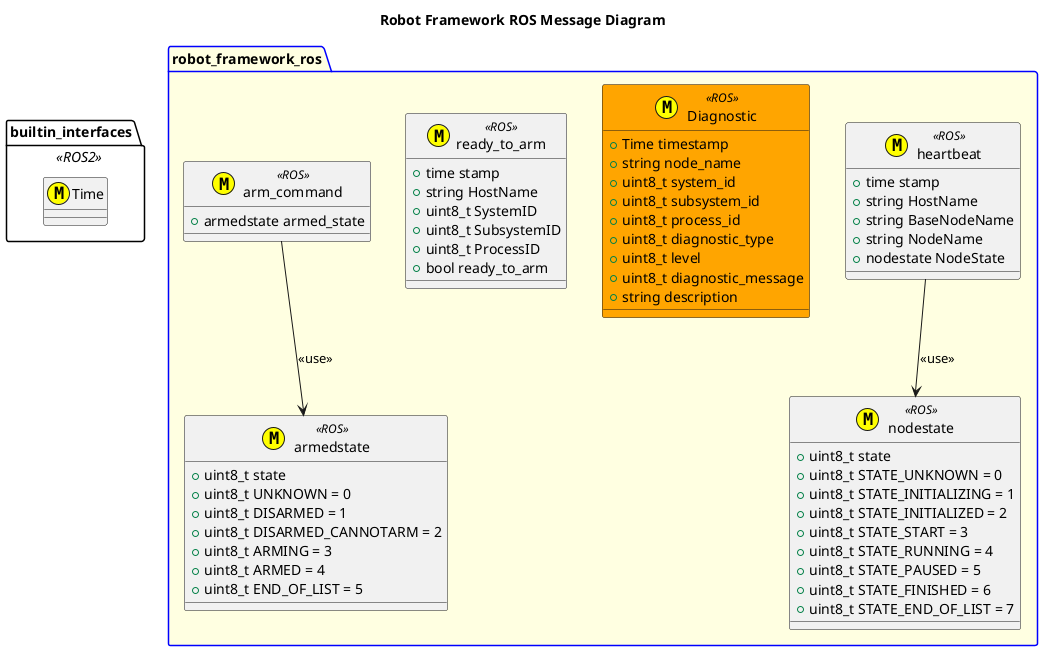
Above: msg/puml/RobotFrameworkROS2MessageDiagram.png in fastrobotics/robot_framework_ros2 (PlantUML), before the change.
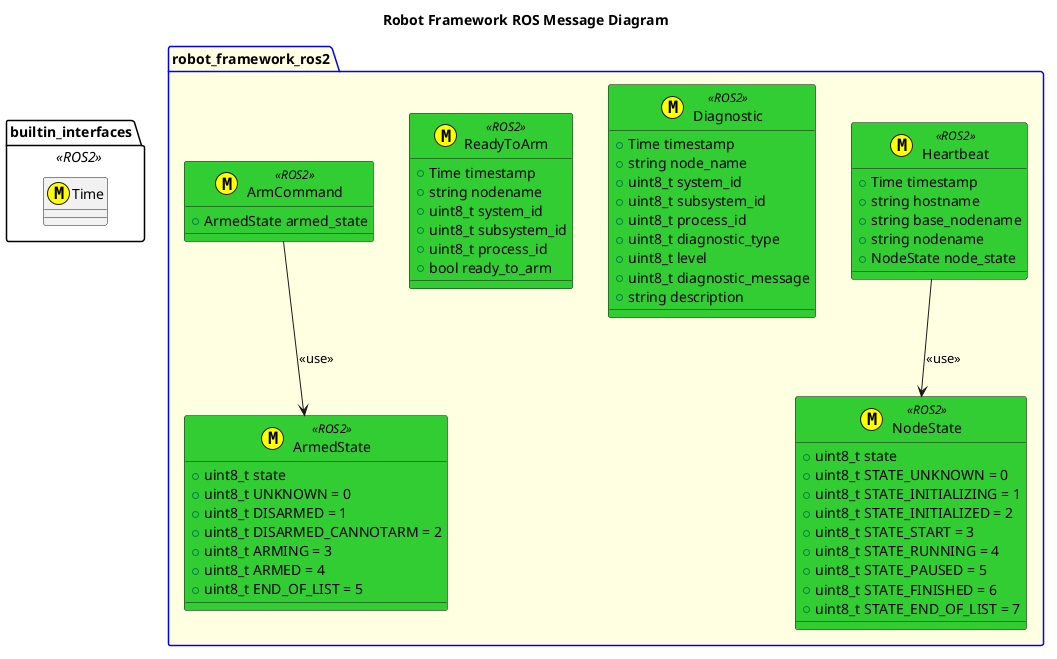
The same diagram one commit later.

The edit, as a diff of the source:
```diff
@@ -3,8 +3,8 @@
 package builtin_interfaces  <<ROS2>> {
     class Time <<(M,#FFFF00)>>
 }
-package robot_framework_ros #LightYellow;line:blue {
-    class nodestate <<(M,#FFFF00)>> <<ROS>> {
+package robot_framework_ros2 #LightYellow;line:blue {
+    class NodeState <<(M,#FFFF00)>> <<ROS2>> #LimeGreen {
         +uint8_t state
         +uint8_t STATE_UNKNOWN = 0
         +uint8_t STATE_INITIALIZING = 1
@@ -15,7 +15,7 @@
         +uint8_t STATE_FINISHED = 6
         +uint8_t STATE_END_OF_LIST = 7
     }
-    class armedstate <<(M,#FFFF00)>> <<ROS>>  {
+    class ArmedState <<(M,#FFFF00)>> <<ROS2>> #LimeGreen  {
         +uint8_t state
         +uint8_t UNKNOWN = 0
         +uint8_t DISARMED = 1
@@ -24,15 +24,15 @@
         +uint8_t ARMED = 4
         +uint8_t END_OF_LIST = 5
     }
-    class heartbeat <<(M,#FFFF00)>> <<ROS>>  {
-        +time stamp
-        +string HostName
-        +string BaseNodeName
-        +string NodeName
-        +nodestate NodeState
+    class Heartbeat <<(M,#FFFF00)>> <<ROS2>> #LimeGreen {
+        +Time timestamp
+        +string hostname
+        +string base_nodename
+        +string nodename
+        +NodeState node_state
     }
-    heartbeat --> nodestate: <<use>>
-    class Diagnostic <<(M,#FFFF00)>> <<ROS>> #Orange {
+    Heartbeat --> NodeState: <<use>>
+    class Diagnostic <<(M,#FFFF00)>> <<ROS2>> #LimeGreen {
         +Time timestamp
         +string node_name
         +uint8_t system_id
@@ -44,19 +44,19 @@
         +string description
 
     }
-    class ready_to_arm <<(M,#FFFF00)>> <<ROS>>  {
-        +time stamp
-        +string HostName
-        +uint8_t SystemID
-        +uint8_t SubsystemID
-        +uint8_t ProcessID
+    class ReadyToArm <<(M,#FFFF00)>> <<ROS2>> #LimeGreen {
+        +Time timestamp
+        +string nodename
+        +uint8_t system_id
+        +uint8_t subsystem_id
+        +uint8_t process_id
         +bool ready_to_arm
     }
 
-    class arm_command <<(M,#FFFF00)>> <<ROS>>  {
-        +armedstate armed_state
+    class ArmCommand <<(M,#FFFF00)>> <<ROS2>> #LimeGreen {
+        +ArmedState armed_state
     }
-    arm_command --> armedstate: <<use>>
+    ArmCommand --> ArmedState: <<use>>
 
 }
 @enduml
```
